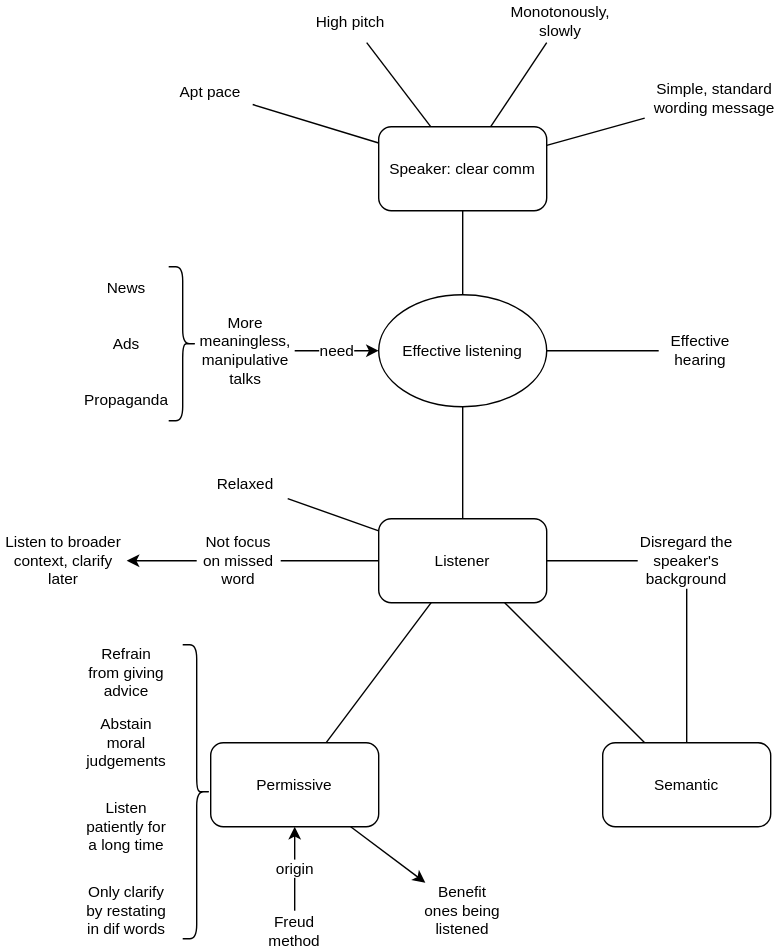
hungcq/knowledge-repo keeps this draw.io diagram as practical/resources/do-you-know-how-to-listen.drawio.svg. Above is the earlier version. Source tidied: cells renumbered, new cells last; positions are measured from the earlier drawing's top-left corner, leaving out a move shared by most shapes.
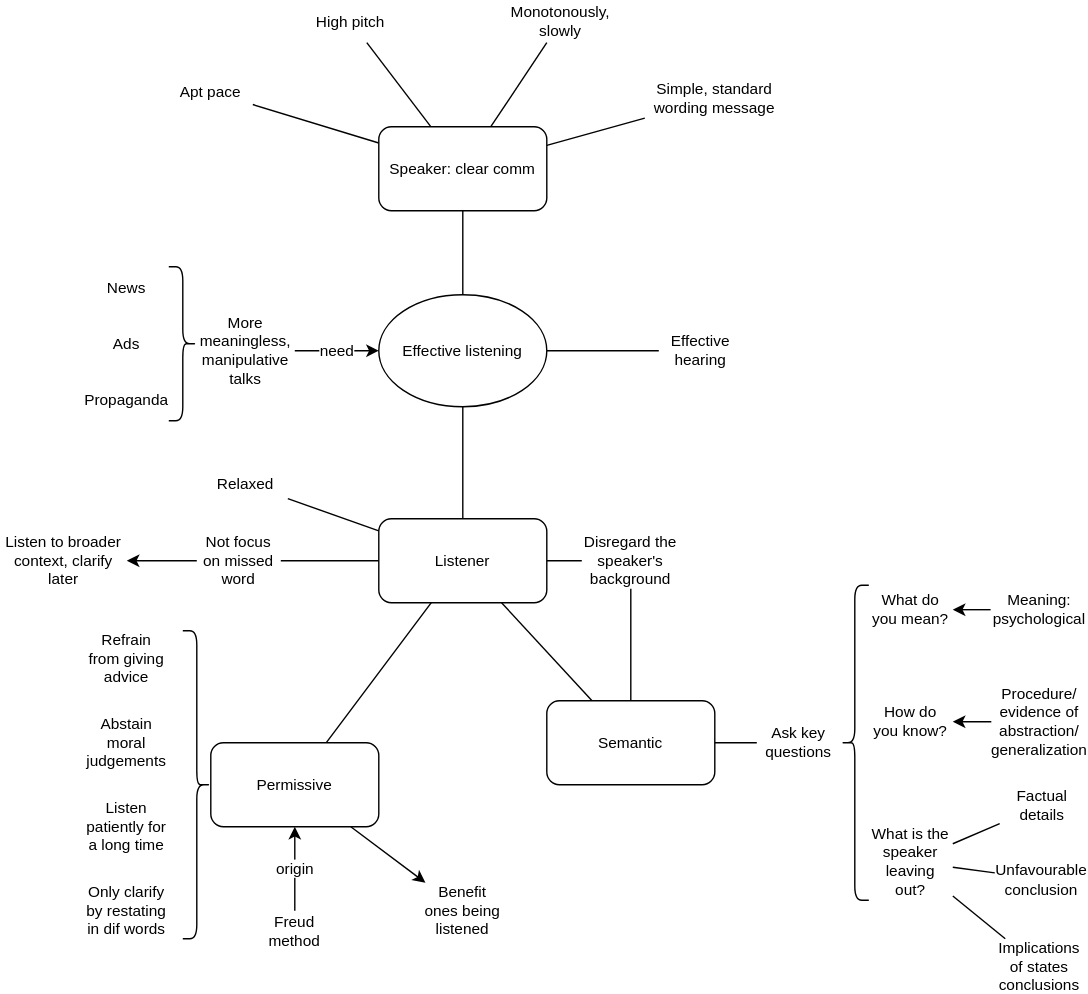
Above is the later version.

What changed in the source:
```diff
@@ -97,7 +97,7 @@
       <mxGeometry y="380" width="90" height="40" as="geometry" />
     </mxCell>
     <mxCell id="32" value="Disregard the speaker's background" style="text;html=1;align=center;verticalAlign=middle;whiteSpace=wrap;rounded=0;fontFamily=Helvetica;fontSize=11;fontColor=default;labelBackgroundColor=default;" parent="1" vertex="1">
-      <mxGeometry x="455" y="380" width="70" height="40" as="geometry" />
+      <mxGeometry x="415" y="380" width="70" height="40" as="geometry" />
     </mxCell>
     <mxCell id="33" style="edgeStyle=none;rounded=0;jettySize=auto;html=1;strokeColor=default;align=center;verticalAlign=middle;fontFamily=Helvetica;fontSize=11;fontColor=default;labelBackgroundColor=default;endArrow=classic;endFill=1;" parent="1" edge="1" source="34" target="39">
       <mxGeometry relative="1" as="geometry" />
@@ -108,8 +108,11 @@
     <mxCell id="35" style="edgeStyle=none;rounded=0;jettySize=auto;html=1;strokeColor=default;align=center;verticalAlign=middle;fontFamily=Helvetica;fontSize=11;fontColor=default;labelBackgroundColor=default;endArrow=none;endFill=0;" parent="1" edge="1" source="36" target="32">
       <mxGeometry relative="1" as="geometry" />
     </mxCell>
+    <mxCell id="45" style="edgeStyle=none;rounded=0;jettySize=auto;html=1;strokeColor=default;align=center;verticalAlign=middle;fontFamily=Helvetica;fontSize=11;fontColor=default;labelBackgroundColor=default;endArrow=none;endFill=0;" parent="1" edge="1" source="36" target="46">
+      <mxGeometry relative="1" as="geometry" />
+    </mxCell>
     <mxCell id="36" value="Semantic" style="rounded=1;whiteSpace=wrap;html=1;fontFamily=Helvetica;fontSize=11;fontColor=default;labelBackgroundColor=default;" parent="1" vertex="1">
-      <mxGeometry x="430" y="530" width="120" height="60" as="geometry" />
+      <mxGeometry x="390" y="500" width="120" height="60" as="geometry" />
     </mxCell>
     <mxCell id="37" value="origin" style="edgeStyle=none;rounded=0;jettySize=auto;html=1;strokeColor=default;align=center;verticalAlign=middle;fontFamily=Helvetica;fontSize=11;fontColor=default;labelBackgroundColor=default;endArrow=classic;endFill=1;" parent="1" edge="1" source="38" target="34">
       <mxGeometry relative="1" as="geometry" />
@@ -121,7 +124,7 @@
       <mxGeometry x="300" y="630" width="60" height="40" as="geometry" />
     </mxCell>
     <mxCell id="40" value="Refrain from giving advice" style="text;html=1;align=center;verticalAlign=middle;whiteSpace=wrap;rounded=0;fontFamily=Helvetica;fontSize=11;fontColor=default;labelBackgroundColor=default;" parent="1" vertex="1">
-      <mxGeometry x="60" y="460" width="60" height="40" as="geometry" />
+      <mxGeometry x="60" y="450" width="60" height="40" as="geometry" />
     </mxCell>
     <mxCell id="41" value="Abstain moral judgements" style="text;html=1;align=center;verticalAlign=middle;whiteSpace=wrap;rounded=0;fontFamily=Helvetica;fontSize=11;fontColor=default;labelBackgroundColor=default;" parent="1" vertex="1">
       <mxGeometry x="60" y="510" width="60" height="40" as="geometry" />
@@ -133,7 +136,52 @@
       <mxGeometry x="60" y="630" width="60" height="40" as="geometry" />
     </mxCell>
     <mxCell id="44" style="shape=curlyBracket;whiteSpace=wrap;html=1;rounded=1;labelPosition=left;verticalLabelPosition=middle;align=right;verticalAlign=middle;fontFamily=Helvetica;fontSize=11;fontColor=default;labelBackgroundColor=default;direction=west;" parent="1" vertex="1">
-      <mxGeometry x="130" y="460" width="20" height="210" as="geometry" />
+      <mxGeometry x="130" y="450" width="20" height="220" as="geometry" />
     </mxCell>
+    <mxCell id="46" value="Ask key questions" style="text;html=1;align=center;verticalAlign=middle;whiteSpace=wrap;rounded=0;fontFamily=Helvetica;fontSize=11;fontColor=default;labelBackgroundColor=default;" parent="1" vertex="1">
+      <mxGeometry x="540" y="515" width="60" height="30" as="geometry" />
+    </mxCell>
+    <mxCell id="47" style="shape=curlyBracket;whiteSpace=wrap;html=1;rounded=1;labelPosition=left;verticalLabelPosition=middle;align=right;verticalAlign=middle;fontFamily=Helvetica;fontSize=11;fontColor=default;labelBackgroundColor=default;" parent="1" vertex="1">
+      <mxGeometry x="600" y="417.5" width="20" height="225" as="geometry" />
+    </mxCell>
+    <mxCell id="48" value="What do you mean?" style="text;html=1;align=center;verticalAlign=middle;whiteSpace=wrap;rounded=0;fontFamily=Helvetica;fontSize=11;fontColor=default;labelBackgroundColor=default;" parent="1" vertex="1">
+      <mxGeometry x="620" y="420" width="60" height="30" as="geometry" />
+    </mxCell>
+    <mxCell id="49" style="edgeStyle=none;rounded=0;jettySize=auto;html=1;strokeColor=default;align=center;verticalAlign=middle;fontFamily=Helvetica;fontSize=11;fontColor=default;labelBackgroundColor=default;endArrow=classic;endFill=1;" parent="1" edge="1" source="50" target="48">
+      <mxGeometry relative="1" as="geometry" />
+    </mxCell>
+    <mxCell id="50" value="Meaning: psychological" style="text;html=1;align=center;verticalAlign=middle;whiteSpace=wrap;rounded=0;fontFamily=Helvetica;fontSize=11;fontColor=default;labelBackgroundColor=default;" parent="1" vertex="1">
+      <mxGeometry x="707" y="420" width="70" height="30" as="geometry" />
+    </mxCell>
+    <mxCell id="51" value="How do you know?" style="text;html=1;align=center;verticalAlign=middle;whiteSpace=wrap;rounded=0;fontFamily=Helvetica;fontSize=11;fontColor=default;labelBackgroundColor=default;" parent="1" vertex="1">
+      <mxGeometry x="620" y="500" width="60" height="30" as="geometry" />
+    </mxCell>
+    <mxCell id="52" style="edgeStyle=none;rounded=0;jettySize=auto;html=1;strokeColor=default;align=center;verticalAlign=middle;fontFamily=Helvetica;fontSize=11;fontColor=default;labelBackgroundColor=default;endArrow=classic;endFill=1;" parent="1" edge="1" source="53" target="51">
+      <mxGeometry relative="1" as="geometry" />
+    </mxCell>
+    <mxCell id="53" value="Procedure/&lt;br&gt;evidence of abstraction/&lt;br&gt;generalization" style="text;html=1;align=center;verticalAlign=middle;whiteSpace=wrap;rounded=0;fontFamily=Helvetica;fontSize=11;fontColor=default;labelBackgroundColor=default;" parent="1" vertex="1">
+      <mxGeometry x="712" y="492.5" width="60" height="45" as="geometry" />
+    </mxCell>
+    <mxCell id="54" style="edgeStyle=none;rounded=0;jettySize=auto;html=1;strokeColor=default;align=center;verticalAlign=middle;fontFamily=Helvetica;fontSize=11;fontColor=default;labelBackgroundColor=default;endArrow=none;endFill=0;" parent="1" edge="1" source="57" target="58">
+      <mxGeometry relative="1" as="geometry" />
+    </mxCell>
+    <mxCell id="55" style="edgeStyle=none;rounded=0;jettySize=auto;html=1;strokeColor=default;align=center;verticalAlign=middle;fontFamily=Helvetica;fontSize=11;fontColor=default;labelBackgroundColor=default;endArrow=none;endFill=0;" parent="1" edge="1" source="57" target="59">
+      <mxGeometry relative="1" as="geometry" />
+    </mxCell>
+    <mxCell id="56" style="edgeStyle=none;rounded=0;jettySize=auto;html=1;strokeColor=default;align=center;verticalAlign=middle;fontFamily=Helvetica;fontSize=11;fontColor=default;labelBackgroundColor=default;endArrow=none;endFill=0;" parent="1" edge="1" source="57" target="60">
+      <mxGeometry relative="1" as="geometry" />
+    </mxCell>
+    <mxCell id="57" value="What is the speaker leaving out?" style="text;html=1;align=center;verticalAlign=middle;whiteSpace=wrap;rounded=0;fontFamily=Helvetica;fontSize=11;fontColor=default;labelBackgroundColor=default;" parent="1" vertex="1">
+      <mxGeometry x="620" y="590" width="60" height="50" as="geometry" />
+    </mxCell>
+    <mxCell id="58" value="Factual details" style="text;html=1;align=center;verticalAlign=middle;whiteSpace=wrap;rounded=0;fontFamily=Helvetica;fontSize=11;fontColor=default;labelBackgroundColor=default;" parent="1" vertex="1">
+      <mxGeometry x="713.5" y="560" width="60" height="30" as="geometry" />
+    </mxCell>
+    <mxCell id="59" value="Unfavourable conclusion" style="text;html=1;align=center;verticalAlign=middle;whiteSpace=wrap;rounded=0;fontFamily=Helvetica;fontSize=11;fontColor=default;labelBackgroundColor=default;" parent="1" vertex="1">
+      <mxGeometry x="710" y="612.5" width="67" height="30" as="geometry" />
+    </mxCell>
+    <mxCell id="60" value="Implications of states conclusions" style="text;html=1;align=center;verticalAlign=middle;whiteSpace=wrap;rounded=0;fontFamily=Helvetica;fontSize=11;fontColor=default;labelBackgroundColor=default;" parent="1" vertex="1">
+      <mxGeometry x="712" y="670" width="60" height="40" as="geometry" />
+    </mxCell>
   </root>
 </mxGraphModel>
```
